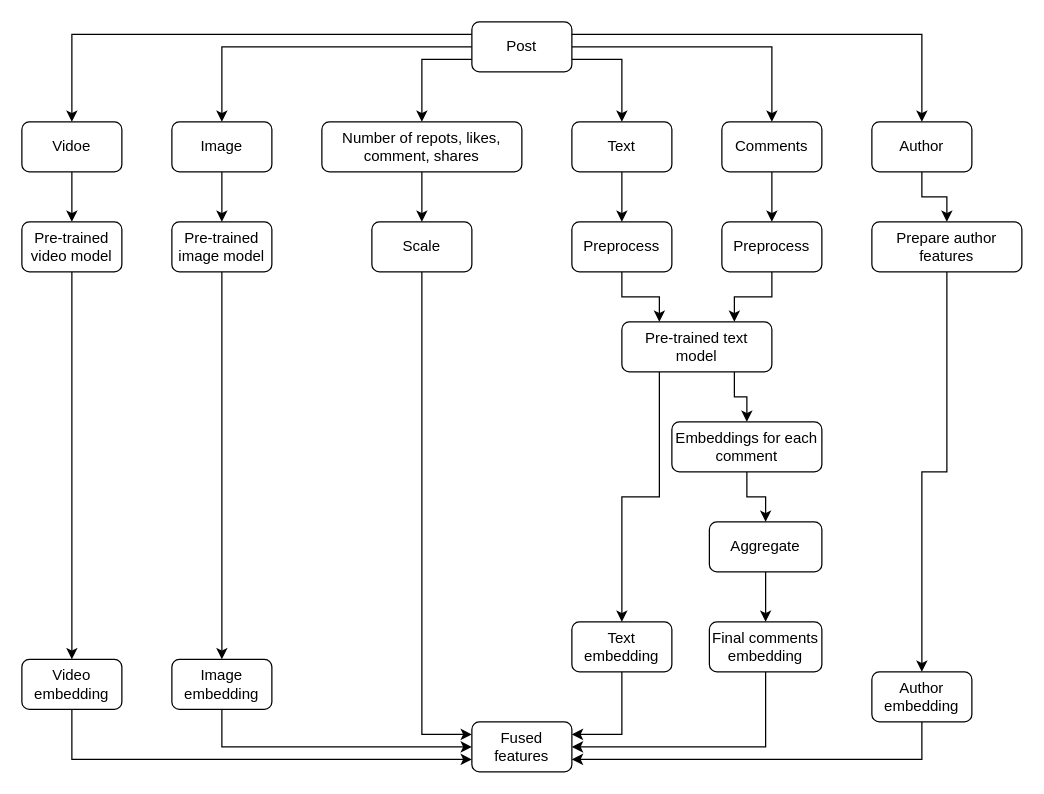
riehseun/riehseun.github.io keeps this draw.io diagram as machine-learning/image/machine-learning-system-design-1/harmful-content-detection-8.drawio. Above is the earlier version. Source tidied: cells renumbered, new cells numbered last; positions are measured from the earlier drawing's top-left corner, leaving out a move shared by most shapes. Both pictures are drawn from the tidied source at 125%, with x=0, y=0 at pixel (21, 21).
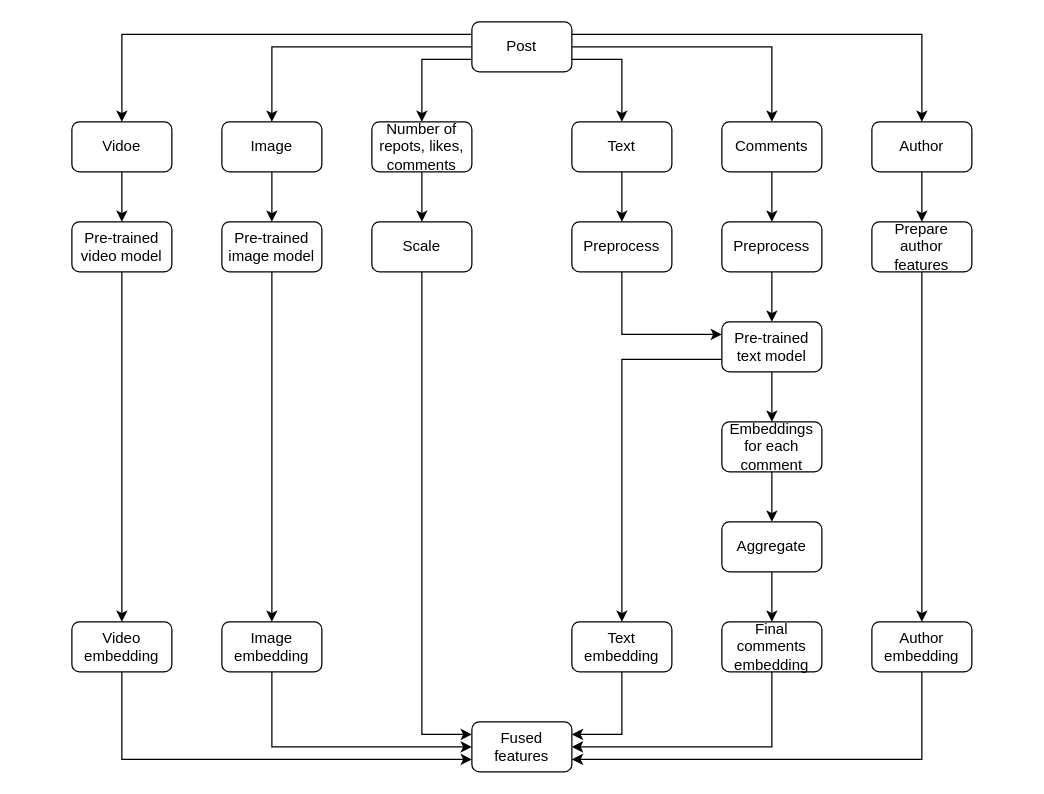
Above is the later version.

The change refers to these unchanged cells:
```xml
<mxCell id="26" value="Preprocess" style="rounded=1;whiteSpace=wrap;html=1;" parent="1" vertex="1">
  <mxGeometry x="440" y="160" width="80" height="40" as="geometry" />
</mxCell>
<mxCell id="30" value="Preprocess" style="rounded=1;whiteSpace=wrap;html=1;" parent="1" vertex="1">
  <mxGeometry x="560" y="160" width="80" height="40" as="geometry" />
</mxCell>
<mxCell id="45" value="Text embedding" style="rounded=1;whiteSpace=wrap;html=1;" parent="1" vertex="1">
  <mxGeometry x="440" y="480" width="80" height="40" as="geometry" />
</mxCell>
```

Change to the diagram source:
```diff
@@
     <mxCell id="10" value="Vidoe" style="rounded=1;whiteSpace=wrap;html=1;" parent="1" vertex="1">
-      <mxGeometry y="80" width="80" height="40" as="geometry" />
+      <mxGeometry x="40" y="80" width="80" height="40" as="geometry" />
     </mxCell>
@@
     <mxCell id="12" value="Image" style="rounded=1;whiteSpace=wrap;html=1;" parent="1" vertex="1">
-      <mxGeometry x="120" y="80" width="80" height="40" as="geometry" />
+      <mxGeometry x="160" y="80" width="80" height="40" as="geometry" />
     </mxCell>
@@
-    <mxCell id="14" value="Number of repots, likes, comment, shares" style="rounded=1;whiteSpace=wrap;html=1;" parent="1" vertex="1">
-      <mxGeometry x="240" y="80" width="160" height="40" as="geometry" />
+    <mxCell id="14" value="Number of repots, likes, comments" style="rounded=1;whiteSpace=wrap;html=1;" parent="1" vertex="1">
+      <mxGeometry x="280" y="80" width="80" height="40" as="geometry" />
     </mxCell>
@@
     <mxCell id="22" value="Pre-trained video model" style="rounded=1;whiteSpace=wrap;html=1;" parent="1" vertex="1">
-      <mxGeometry y="160" width="80" height="40" as="geometry" />
+      <mxGeometry x="40" y="160" width="80" height="40" as="geometry" />
     </mxCell>
@@
     <mxCell id="24" value="Pre-trained image model" style="rounded=1;whiteSpace=wrap;html=1;" parent="1" vertex="1">
-      <mxGeometry x="120" y="160" width="80" height="40" as="geometry" />
+      <mxGeometry x="160" y="160" width="80" height="40" as="geometry" />
     </mxCell>
-    <mxCell id="25" style="edgeStyle=orthogonalEdgeStyle;rounded=0;jettySize=auto;html=1;exitX=0.5;exitY=1;exitDx=0;exitDy=0;entryX=0.25;entryY=0;entryDx=0;entryDy=0;" parent="1" edge="1" source="26" target="35">
+    <mxCell id="25" style="edgeStyle=orthogonalEdgeStyle;rounded=0;jettySize=auto;html=1;exitX=0.5;exitY=1;exitDx=0;exitDy=0;entryX=0;entryY=0.25;entryDx=0;entryDy=0;" parent="1" edge="1" source="26" target="35">
       <mxGeometry relative="1" as="geometry" />
     </mxCell>
@@
-    <mxCell id="29" style="edgeStyle=orthogonalEdgeStyle;rounded=0;jettySize=auto;html=1;exitX=0.5;exitY=1;exitDx=0;exitDy=0;entryX=0.75;entryY=0;entryDx=0;entryDy=0;" parent="1" edge="1" source="30" target="35">
+    <mxCell id="29" style="edgeStyle=orthogonalEdgeStyle;rounded=0;jettySize=auto;html=1;exitX=0.5;exitY=1;exitDx=0;exitDy=0;entryX=0.5;entryY=0;entryDx=0;entryDy=0;" parent="1" edge="1" source="30" target="35">
       <mxGeometry relative="1" as="geometry" />
     </mxCell>
@@
     <mxCell id="32" value="Prepare author features" style="rounded=1;whiteSpace=wrap;html=1;" parent="1" vertex="1">
-      <mxGeometry x="680" y="160" width="120" height="40" as="geometry" />
+      <mxGeometry x="680" y="160" width="80" height="40" as="geometry" />
     </mxCell>
-    <mxCell id="33" style="edgeStyle=orthogonalEdgeStyle;rounded=0;jettySize=auto;html=1;exitX=0.75;exitY=1;exitDx=0;exitDy=0;entryX=0.5;entryY=0;entryDx=0;entryDy=0;" parent="1" edge="1" source="35" target="37">
+    <mxCell id="33" style="edgeStyle=orthogonalEdgeStyle;rounded=0;jettySize=auto;html=1;exitX=0.5;exitY=1;exitDx=0;exitDy=0;entryX=0.5;entryY=0;entryDx=0;entryDy=0;" parent="1" edge="1" source="35" target="37">
       <mxGeometry relative="1" as="geometry" />
     </mxCell>
-    <mxCell id="34" style="edgeStyle=orthogonalEdgeStyle;rounded=0;jettySize=auto;html=1;exitX=0.25;exitY=1;exitDx=0;exitDy=0;" parent="1" edge="1" source="35" target="45">
+    <mxCell id="34" style="edgeStyle=orthogonalEdgeStyle;rounded=0;jettySize=auto;html=1;exitX=0;exitY=0.75;exitDx=0;exitDy=0;" parent="1" edge="1" source="35" target="45">
       <mxGeometry relative="1" as="geometry" />
     </mxCell>
     <mxCell id="35" value="Pre-trained text model" style="rounded=1;whiteSpace=wrap;html=1;" parent="1" vertex="1">
-      <mxGeometry x="480" y="240" width="120" height="40" as="geometry" />
+      <mxGeometry x="560" y="240" width="80" height="40" as="geometry" />
     </mxCell>
@@
     <mxCell id="37" value="Embeddings for each comment" style="rounded=1;whiteSpace=wrap;html=1;" parent="1" vertex="1">
-      <mxGeometry x="520" y="320" width="120" height="40" as="geometry" />
+      <mxGeometry x="560" y="320" width="80" height="40" as="geometry" />
     </mxCell>
@@
     <mxCell id="39" value="Aggregate" style="rounded=1;whiteSpace=wrap;html=1;" parent="1" vertex="1">
-      <mxGeometry x="550" y="400" width="90" height="40" as="geometry" />
+      <mxGeometry x="560" y="400" width="80" height="40" as="geometry" />
     </mxCell>
@@
     <mxCell id="41" value="Final comments embedding" style="rounded=1;whiteSpace=wrap;html=1;" parent="1" vertex="1">
-      <mxGeometry x="550" y="480" width="90" height="40" as="geometry" />
+      <mxGeometry x="560" y="480" width="80" height="40" as="geometry" />
     </mxCell>
@@
     <mxCell id="43" value="Author embedding" style="rounded=1;whiteSpace=wrap;html=1;" parent="1" vertex="1">
-      <mxGeometry x="680" y="520" width="80" height="40" as="geometry" />
+      <mxGeometry x="680" y="480" width="80" height="40" as="geometry" />
     </mxCell>
@@
     <mxCell id="47" value="Image embedding" style="rounded=1;whiteSpace=wrap;html=1;" parent="1" vertex="1">
-      <mxGeometry x="120" y="510" width="80" height="40" as="geometry" />
+      <mxGeometry x="160" y="480" width="80" height="40" as="geometry" />
     </mxCell>
@@
     <mxCell id="49" value="Video embedding" style="rounded=1;whiteSpace=wrap;html=1;" parent="1" vertex="1">
-      <mxGeometry y="510" width="80" height="40" as="geometry" />
+      <mxGeometry x="40" y="480" width="80" height="40" as="geometry" />
     </mxCell>
```
